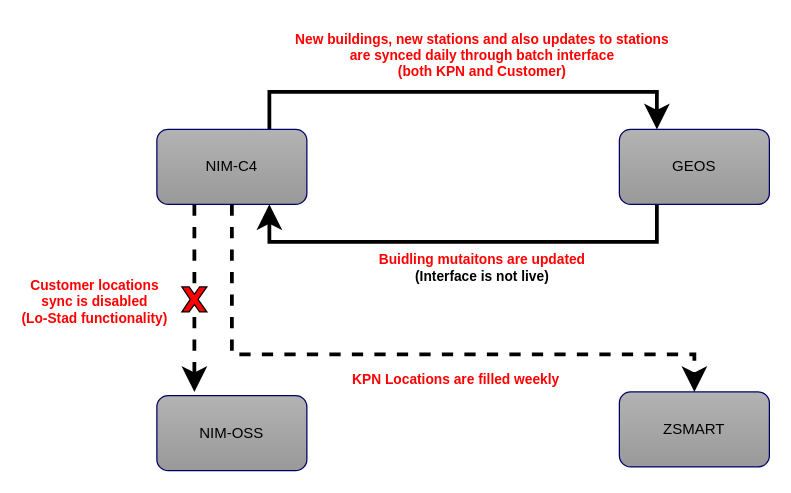
The draw.io diagram page "Location" (6 of 6) of Untitled Diagram.drawio in dearishtaq/hello-world-old, before the edit. Source tidied: cells renumbered, new cells numbered last; positions are measured from the earlier drawing's top-left corner, leaving out a move shared by most shapes. Both pictures are drawn from the tidied source at 125%, with x=0, y=0 at pixel (156, 91).
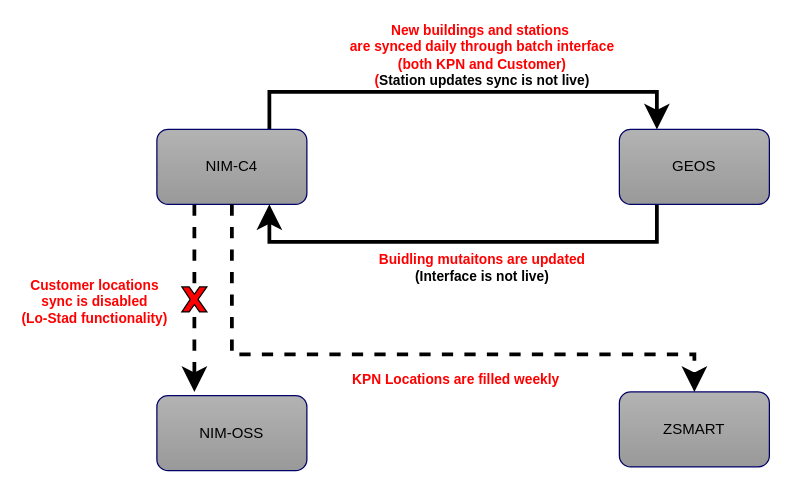
Above is the later version.

The edit, as a diff of the source:
```diff
@@
 <mxGraphModel>
   <root>
     <mxCell id="0" />
     <mxCell id="1" parent="0" />
     <mxCell id="2" value="&lt;font color=&quot;#ff0000&quot;&gt;&lt;b&gt;Customer locations &lt;br&gt;sync is disabled&lt;br&gt;(Lo-Stad functionality)&lt;br&gt;&lt;/b&gt;&lt;/font&gt;" style="edgeStyle=orthogonalEdgeStyle;rounded=0;jettySize=auto;html=1;strokeColor=#000000;fontColor=#000000;exitX=0.25;exitY=1;exitDx=0;exitDy=0;dashed=1;shadow=0;strokeWidth=3;endSize=11;startSize=11;sketch=0;" parent="1" edge="1" source="5">
       <mxGeometry x="0.05" y="-80" relative="1" as="geometry">
         <mxPoint x="30" y="240" as="targetPoint" />
       </mxGeometry>
     </mxCell>
     <mxCell id="3" style="edgeStyle=orthogonalEdgeStyle;rounded=0;jettySize=auto;html=1;entryX=0.25;entryY=0;entryDx=0;entryDy=0;fontColor=#000000;exitX=0.75;exitY=0;exitDx=0;exitDy=0;jumpSize=9;jumpStyle=arc;startSize=11;endSize=11;shadow=0;sketch=0;strokeWidth=3;" parent="1" edge="1" source="5" target="8">
       <mxGeometry relative="1" as="geometry">
         <Array as="points">
           <mxPoint x="90" />
           <mxPoint x="400" />
         </Array>
       </mxGeometry>
     </mxCell>
-    <mxCell id="4" value="&lt;font color=&quot;#ff0000&quot;&gt;&lt;b&gt;New buildings, new stations&amp;nbsp;and also updates to stations &lt;br&gt;are synced daily through batch interface&lt;br&gt;&lt;/b&gt;&lt;/font&gt;&lt;b style=&quot;color: rgb(255 , 0 , 0)&quot;&gt;(both KPN and Customer)&lt;/b&gt;&lt;font color=&quot;#ff0000&quot;&gt;&lt;b&gt;&lt;br&gt;&lt;/b&gt;&lt;/font&gt;" style="edgeLabel;html=1;align=center;verticalAlign=middle;fontColor=#000000;" parent="3" vertex="1">
+    <mxCell id="4" value="&lt;font color=&quot;#ff0000&quot;&gt;&lt;b&gt;New buildings and stations&amp;nbsp;&lt;br&gt;are synced daily through batch interface&lt;br&gt;&lt;/b&gt;&lt;/font&gt;&lt;b style=&quot;color: rgb(255 , 0 , 0)&quot;&gt;(both KPN and Customer)&lt;br&gt;&lt;/b&gt;&lt;b&gt;&lt;font color=&quot;#ff0000&quot;&gt;(&lt;/font&gt;Station updates sync is not live)&lt;br&gt;&lt;/b&gt;" style="edgeLabel;html=1;align=center;verticalAlign=middle;fontColor=#000000;" parent="3" vertex="1">
       <mxGeometry x="-0.28" y="1" relative="1" as="geometry">
         <mxPoint x="66" y="-29" as="offset" />
       </mxGeometry>
     </mxCell>
     <mxCell id="5" value="NIM-C4" style="rounded=1;whiteSpace=wrap;html=1;strokeColor=#000066;fillColor=#B3B3B3;gradientColor=#999999;fontColor=#000000;" parent="1" vertex="1">
       <mxGeometry y="30" width="120" height="60" as="geometry" />
     </mxCell>
     <mxCell id="6" style="edgeStyle=orthogonalEdgeStyle;rounded=0;jettySize=auto;html=1;entryX=0.75;entryY=1;entryDx=0;entryDy=0;strokeColor=#000000;fontColor=#000000;exitX=0.25;exitY=1;exitDx=0;exitDy=0;shadow=0;strokeWidth=3;endSize=11;startSize=11;sketch=0;startArrow=none;startFill=0;" parent="1" edge="1" source="8" target="5">
       <mxGeometry relative="1" as="geometry">
         <Array as="points">
           <mxPoint x="400" y="120" />
           <mxPoint x="90" y="120" />
         </Array>
       </mxGeometry>
     </mxCell>
     <mxCell id="7" value="&lt;b&gt;Buidling mutaitons are updated&lt;br&gt;&lt;font color=&quot;#000000&quot;&gt;(Interface is not live)&lt;/font&gt;&lt;br&gt;&lt;/b&gt;" style="edgeLabel;html=1;align=center;verticalAlign=middle;fontColor=#FF0000;" parent="6" vertex="1">
       <mxGeometry x="-0.11" y="2" relative="1" as="geometry">
         <mxPoint x="-6" y="18" as="offset" />
       </mxGeometry>
     </mxCell>
     <mxCell id="8" value="GEOS" style="rounded=1;whiteSpace=wrap;html=1;strokeColor=#000066;fillColor=#B3B3B3;gradientColor=#999999;fontColor=#000000;" parent="1" vertex="1">
       <mxGeometry x="370" y="30" width="120" height="60" as="geometry" />
     </mxCell>
     <mxCell id="9" value="NIM-OSS" style="rounded=1;whiteSpace=wrap;html=1;strokeColor=#000066;fillColor=#B3B3B3;gradientColor=#999999;fontColor=#000000;" parent="1" vertex="1">
       <mxGeometry y="243" width="120" height="60" as="geometry" />
     </mxCell>
     <mxCell id="10" value="ZSMART" style="rounded=1;whiteSpace=wrap;html=1;strokeColor=#000066;fillColor=#B3B3B3;gradientColor=#999999;fontColor=#000000;" parent="1" vertex="1">
       <mxGeometry x="370" y="240" width="120" height="60" as="geometry" />
     </mxCell>
     <mxCell id="11" value="&lt;font color=&quot;#ff0000&quot; face=&quot;helvetica&quot;&gt;&lt;b&gt;KPN Locations are filled weekly&lt;/b&gt;&lt;/font&gt;" style="edgeStyle=orthogonalEdgeStyle;rounded=0;jettySize=auto;html=1;strokeColor=#000000;fontColor=#000000;entryX=0.5;entryY=0;entryDx=0;entryDy=0;shadow=0;strokeWidth=3;endSize=11;startSize=11;sketch=0;dashed=1;" parent="1" edge="1" source="5" target="10">
       <mxGeometry x="0.15" y="-20" relative="1" as="geometry">
         <Array as="points">
           <mxPoint x="60" y="210" />
           <mxPoint x="430" y="210" />
         </Array>
       </mxGeometry>
     </mxCell>
     <mxCell id="12" style="verticalLabelPosition=bottom;verticalAlign=top;html=1;shape=mxgraph.basic.x;fillColor=#FF0000;" parent="1" vertex="1">
       <mxGeometry x="20" y="156" width="20" height="20" as="geometry" />
     </mxCell>
   </root>
 </mxGraphModel>
```
